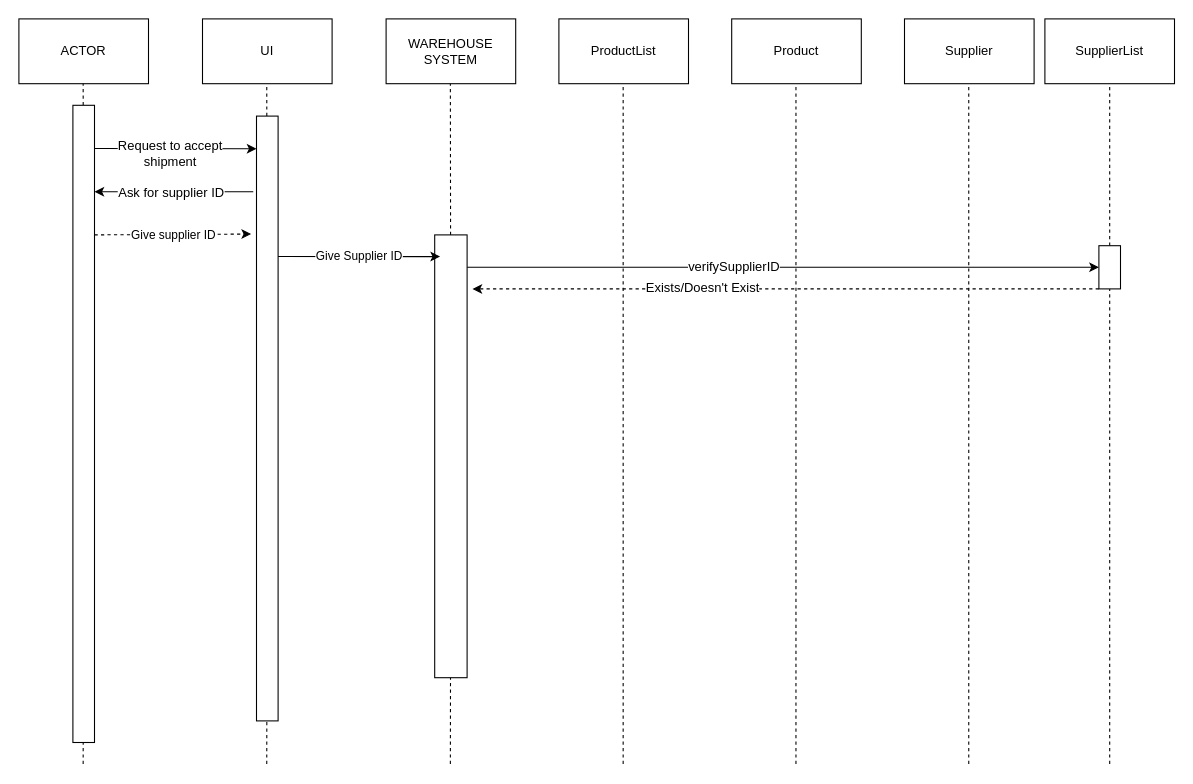
The draw.io diagram Project_1/SequenceDiagrams/AcceptShipment.drawio in chrismd2/CSci-430-Group-11, before the edit. Source tidied: cells renumbered, new cells numbered last; positions are measured from the earlier drawing's top-left corner, leaving out a move shared by most shapes. Both pictures are drawn from the tidied source at 108%, with x=0, y=0 at pixel (18, 18).
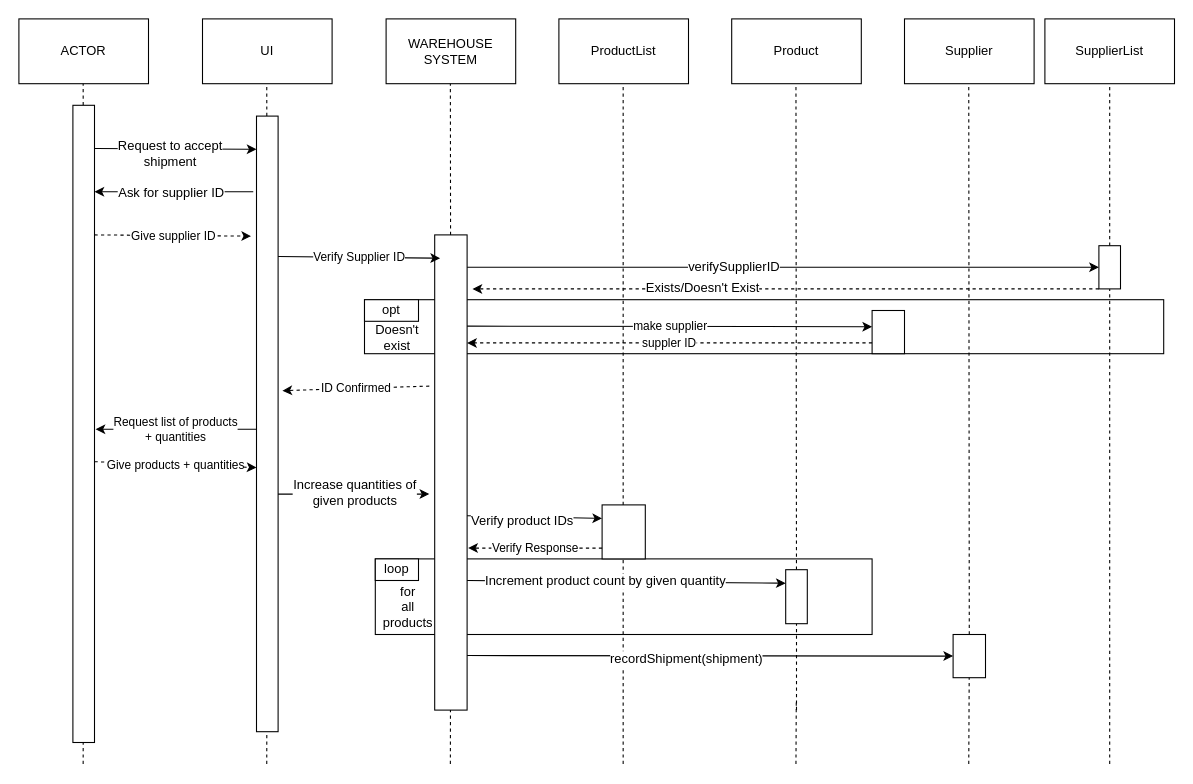
The same diagram, later.

The edit, as a diff of the source:
```diff
@@
+    <mxCell id="34" style="rounded=0;whiteSpace=wrap;html=1;" parent="1" vertex="1">
+      <mxGeometry x="330" y="500" width="460" height="70" as="geometry" />
+    </mxCell>
+    <mxCell id="35" style="rounded=0;whiteSpace=wrap;html=1;" parent="1" vertex="1">
+      <mxGeometry x="320" y="260" width="740" height="50" as="geometry" />
+    </mxCell>
@@
-    <mxCell id="11" style="endArrow=none;dashed=1;html=1;" parent="1" edge="1">
+    <mxCell id="11" style="endArrow=none;dashed=1;html=1;" parent="1" edge="1" source="50">
       <mxGeometry relative="1" as="geometry">
-        <mxPoint x="719.5" y="690" as="sourcePoint" />
         <mxPoint x="719.5" y="60" as="targetPoint" />
       </mxGeometry>
     </mxCell>
-    <mxCell id="12" style="endArrow=none;dashed=1;html=1;" parent="1" edge="1">
+    <mxCell id="12" style="endArrow=none;dashed=1;html=1;" parent="1" edge="1" source="57">
       <mxGeometry relative="1" as="geometry">
-        <mxPoint x="879.5" y="690" as="sourcePoint" />
         <mxPoint x="879.5" y="60" as="targetPoint" />
       </mxGeometry>
     </mxCell>
@@
     <mxCell id="16" style="rounded=0;whiteSpace=wrap;html=1;" parent="1" vertex="1">
-      <mxGeometry x="220" y="90" width="20" height="560" as="geometry" />
+      <mxGeometry x="220" y="90" width="20" height="570" as="geometry" />
     </mxCell>
@@
     <mxCell id="23" style="rounded=0;whiteSpace=wrap;html=1;" parent="1" vertex="1">
-      <mxGeometry x="385" y="200" width="30" height="410" as="geometry" />
+      <mxGeometry x="385" y="200" width="30" height="440" as="geometry" />
     </mxCell>
@@
-    <mxCell id="25" value="Give Supplier ID" style="endArrow=classic;html=1;entryX=0.167;entryY=0.049;entryDx=0;entryDy=0;entryPerimeter=0;" parent="1" edge="1" target="23">
+    <mxCell id="25" value="Verify Supplier ID" style="endArrow=classic;html=1;entryX=0.167;entryY=0.049;entryDx=0;entryDy=0;entryPerimeter=0;" parent="1" edge="1" target="23">
       <mxGeometry relative="1" as="geometry">
         <mxPoint x="240" y="220" as="sourcePoint" />
       </mxGeometry>
     </mxCell>
@@
+    <mxCell id="36" value="opt" style="rounded=0;whiteSpace=wrap;html=1;" parent="1" vertex="1">
+      <mxGeometry x="320" y="260" width="50" height="20" as="geometry" />
+    </mxCell>
+    <mxCell id="37" value="&lt;div&gt;Doesn't&lt;/div&gt;&lt;div&gt; exist&lt;/div&gt;" style="text;html=1;align=center;verticalAlign=middle;" parent="1" vertex="1">
+      <mxGeometry x="320" y="280" width="60" height="30" as="geometry" />
+    </mxCell>
+    <mxCell id="38" style="rounded=0;whiteSpace=wrap;html=1;" parent="1" vertex="1">
+      <mxGeometry x="790" y="270" width="30" height="40" as="geometry" />
+    </mxCell>
+    <mxCell id="39" value="suppler ID" style="endArrow=classic;html=1;dashed=1;" parent="1" edge="1">
+      <mxGeometry relative="1" as="geometry">
+        <mxPoint x="790" y="300" as="sourcePoint" />
+        <mxPoint x="415" y="300" as="targetPoint" />
+      </mxGeometry>
+    </mxCell>
+    <mxCell id="40" value="make supplier" style="endArrow=classic;html=1;entryX=0;entryY=0.5;entryDx=0;entryDy=0;" parent="1" edge="1">
+      <mxGeometry relative="1" as="geometry">
+        <mxPoint x="415" y="284.5" as="sourcePoint" />
+        <mxPoint x="790" y="285" as="targetPoint" />
+      </mxGeometry>
+    </mxCell>
+    <mxCell id="41" value="ID Confirmed" style="endArrow=classic;html=1;entryX=1.2;entryY=0.446;entryDx=0;entryDy=0;entryPerimeter=0;dashed=1;" parent="1" edge="1" target="16">
+      <mxGeometry relative="1" as="geometry">
+        <mxPoint x="380" y="340" as="sourcePoint" />
+      </mxGeometry>
+    </mxCell>
+    <mxCell id="42" value="&lt;div&gt;Request list of products&lt;/div&gt;&lt;div&gt;+ quantities&lt;br&gt;&lt;/div&gt;" style="endArrow=classic;html=1;" parent="1" edge="1">
+      <mxGeometry relative="1" as="geometry">
+        <mxPoint x="220" y="380" as="sourcePoint" />
+        <mxPoint x="71" y="380" as="targetPoint" />
+      </mxGeometry>
+    </mxCell>
+    <mxCell id="43" value="Give products + quantities" style="endArrow=classic;html=1;dashed=1;entryX=0;entryY=0.571;entryDx=0;entryDy=0;entryPerimeter=0;" parent="1" edge="1" target="16">
+      <mxGeometry relative="1" as="geometry">
+        <mxPoint x="70" y="410" as="sourcePoint" />
+      </mxGeometry>
+    </mxCell>
+    <mxCell id="44" style="endArrow=classic;html=1;" parent="1" edge="1">
+      <mxGeometry relative="1" as="geometry">
+        <mxPoint x="240" y="440" as="sourcePoint" />
+        <mxPoint x="380" y="440" as="targetPoint" />
+      </mxGeometry>
+    </mxCell>
+    <mxCell id="45" value="&lt;div&gt;Increase quantities of&lt;/div&gt;&lt;div&gt;given products&lt;br&gt;&lt;/div&gt;" style="text;html=1;align=center;verticalAlign=middle;labelBackgroundColor=#ffffff;" parent="44" vertex="1">
+      <mxGeometry x="-0.17" y="2" relative="1" as="geometry">
+        <mxPoint x="12" as="offset" />
+      </mxGeometry>
+    </mxCell>
+    <mxCell id="46" style="rounded=0;whiteSpace=wrap;html=1;" parent="1" vertex="1">
+      <mxGeometry x="540" y="450" width="40" height="50" as="geometry" />
+    </mxCell>
+    <mxCell id="47" style="endArrow=classic;html=1;entryX=0;entryY=0.25;entryDx=0;entryDy=0;" parent="1" edge="1" target="46">
+      <mxGeometry relative="1" as="geometry">
+        <mxPoint x="415" y="460" as="sourcePoint" />
+      </mxGeometry>
+    </mxCell>
+    <mxCell id="48" value="Verify product IDs" style="text;html=1;align=center;verticalAlign=middle;labelBackgroundColor=#ffffff;" parent="47" vertex="1">
+      <mxGeometry x="-0.18" y="-3" relative="1" as="geometry" />
+    </mxCell>
+    <mxCell id="49" value="Verify Response" style="endArrow=classic;html=1;dashed=1;" parent="1" edge="1">
+      <mxGeometry relative="1" as="geometry">
+        <mxPoint x="540" y="490" as="sourcePoint" />
+        <mxPoint x="416" y="490" as="targetPoint" />
+      </mxGeometry>
+    </mxCell>
+    <mxCell id="50" style="rounded=0;whiteSpace=wrap;html=1;" parent="1" vertex="1">
+      <mxGeometry x="710" y="510" width="20" height="50" as="geometry" />
+    </mxCell>
+    <mxCell id="51" style="endArrow=none;dashed=1;html=1;" parent="1" edge="1" target="50">
+      <mxGeometry relative="1" as="geometry">
+        <mxPoint x="720" y="640" as="sourcePoint" />
+      </mxGeometry>
+    </mxCell>
+    <mxCell id="52" value="loop" style="rounded=0;whiteSpace=wrap;html=1;" parent="1" vertex="1">
+      <mxGeometry x="330" y="500" width="40" height="20" as="geometry" />
+    </mxCell>
+    <mxCell id="53" value="&lt;div&gt;for&lt;/div&gt;&lt;div&gt;all&lt;/div&gt;&lt;div&gt;products&lt;br&gt;&lt;/div&gt;" style="text;html=1;align=center;verticalAlign=middle;" parent="1" vertex="1">
+      <mxGeometry x="330" y="520" width="60" height="50" as="geometry" />
+    </mxCell>
+    <mxCell id="54" style="endArrow=none;dashed=1;html=1;" parent="1" edge="1">
+      <mxGeometry relative="1" as="geometry">
+        <mxPoint x="719.5" y="690" as="sourcePoint" />
+        <mxPoint x="719.8" y="630" as="targetPoint" />
+      </mxGeometry>
+    </mxCell>
+    <mxCell id="55" style="endArrow=classic;html=1;entryX=0;entryY=0.25;entryDx=0;entryDy=0;" parent="1" edge="1" target="50">
+      <mxGeometry relative="1" as="geometry">
+        <mxPoint x="415" y="520" as="sourcePoint" />
+      </mxGeometry>
+    </mxCell>
+    <mxCell id="56" value="Increment product count by given quantity" style="text;html=1;align=center;verticalAlign=middle;labelBackgroundColor=#ffffff;" parent="55" vertex="1">
+      <mxGeometry x="-0.14" y="1" relative="1" as="geometry" />
+    </mxCell>
+    <mxCell id="57" style="rounded=0;whiteSpace=wrap;html=1;" parent="1" vertex="1">
+      <mxGeometry x="865" y="570" width="30" height="40" as="geometry" />
+    </mxCell>
+    <mxCell id="58" style="endArrow=none;dashed=1;html=1;" parent="1" edge="1" target="57">
+      <mxGeometry relative="1" as="geometry">
+        <mxPoint x="879.5" y="690" as="sourcePoint" />
+      </mxGeometry>
+    </mxCell>
+    <mxCell id="59" style="endArrow=classic;html=1;entryX=0;entryY=0.5;entryDx=0;entryDy=0;" parent="1" edge="1" target="57">
+      <mxGeometry relative="1" as="geometry">
+        <mxPoint x="415" y="589.5" as="sourcePoint" />
+      </mxGeometry>
+    </mxCell>
+    <mxCell id="60" value="recordShipment(shipment)" style="text;html=1;align=center;verticalAlign=middle;labelBackgroundColor=#ffffff;" parent="59" vertex="1">
+      <mxGeometry x="-0.1" y="-3" relative="1" as="geometry" />
+    </mxCell>
```
